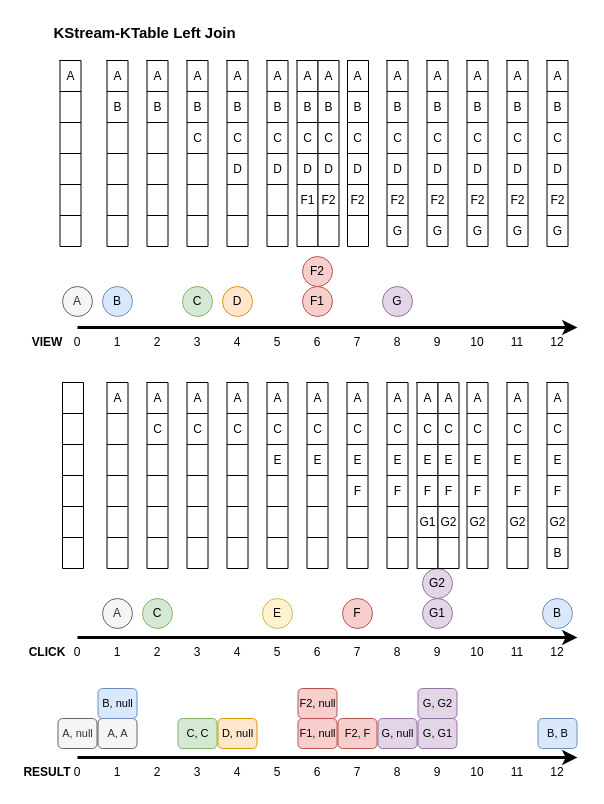
The draw.io diagram drawio/kafka/kafka-streams-join-7.drawio in windowforsun/blog, before the edit. Source tidied: cells renumbered, new cells numbered last; positions are measured from the earlier drawing's top-left corner, leaving out a move shared by most shapes. Both pictures are drawn from the tidied source at 100%, with x=0, y=0 at pixel (17, 17).
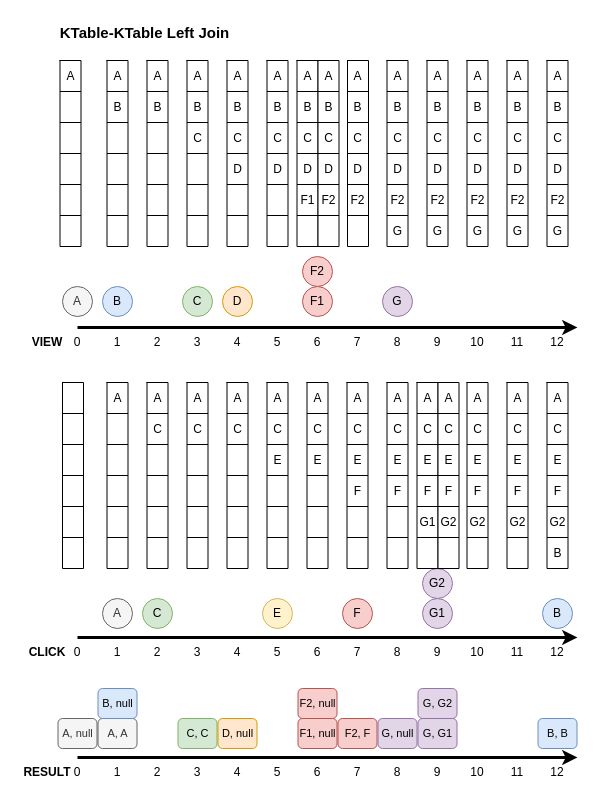
Above is the later version.

What changed in the source:
```diff
@@
-    <mxCell id="61" value="&lt;b&gt;&lt;font style=&quot;font-size: 15px;&quot;&gt;KStream-KTable Left Join&lt;/font&gt;&lt;/b&gt;" style="text;html=1;align=center;verticalAlign=middle;whiteSpace=wrap;rounded=0;" parent="1" vertex="1">
+    <mxCell id="61" value="&lt;b&gt;&lt;font style=&quot;font-size: 15px;&quot;&gt;KTable-KTable Left Join&lt;/font&gt;&lt;/b&gt;" style="text;html=1;align=center;verticalAlign=middle;whiteSpace=wrap;rounded=0;" parent="1" vertex="1">
       <mxGeometry x="20" width="215" height="30" as="geometry" />
     </mxCell>
```
